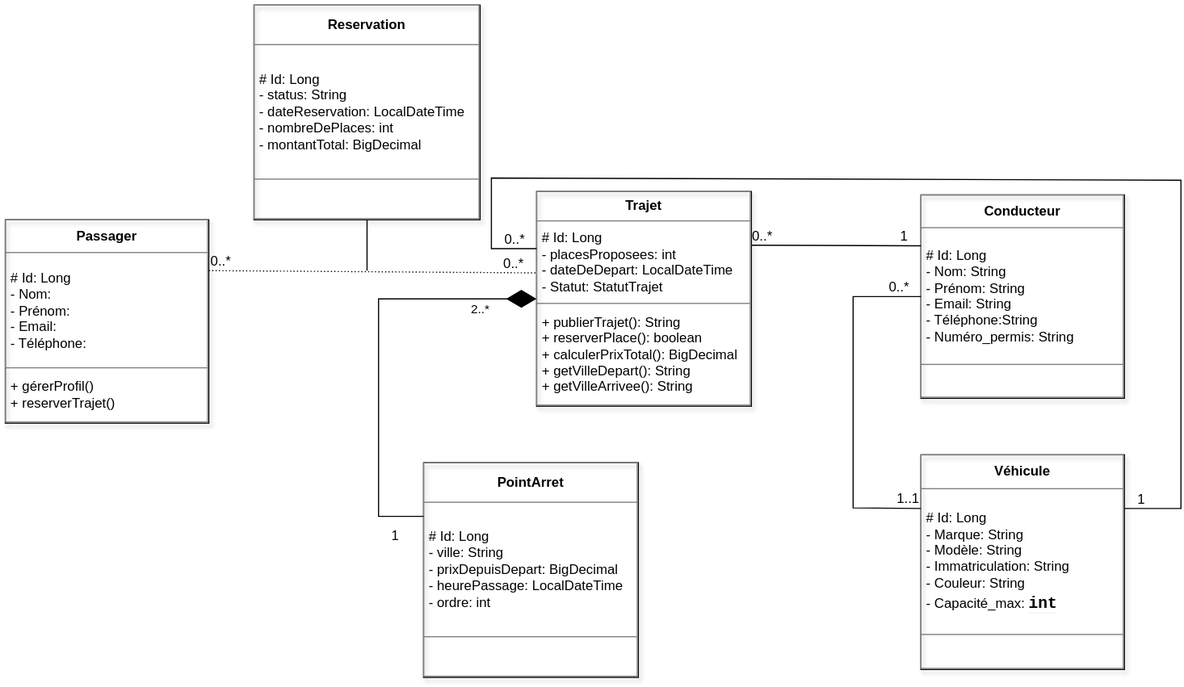
Before: diagramme-classes.drawio.svg, a diagram exported from draw.io (OUTERGA-MOUSTAFA/Taxi). Source tidied: cells renumbered, new cells last; positions are measured from the earlier drawing's top-left corner, leaving out a move shared by most shapes.
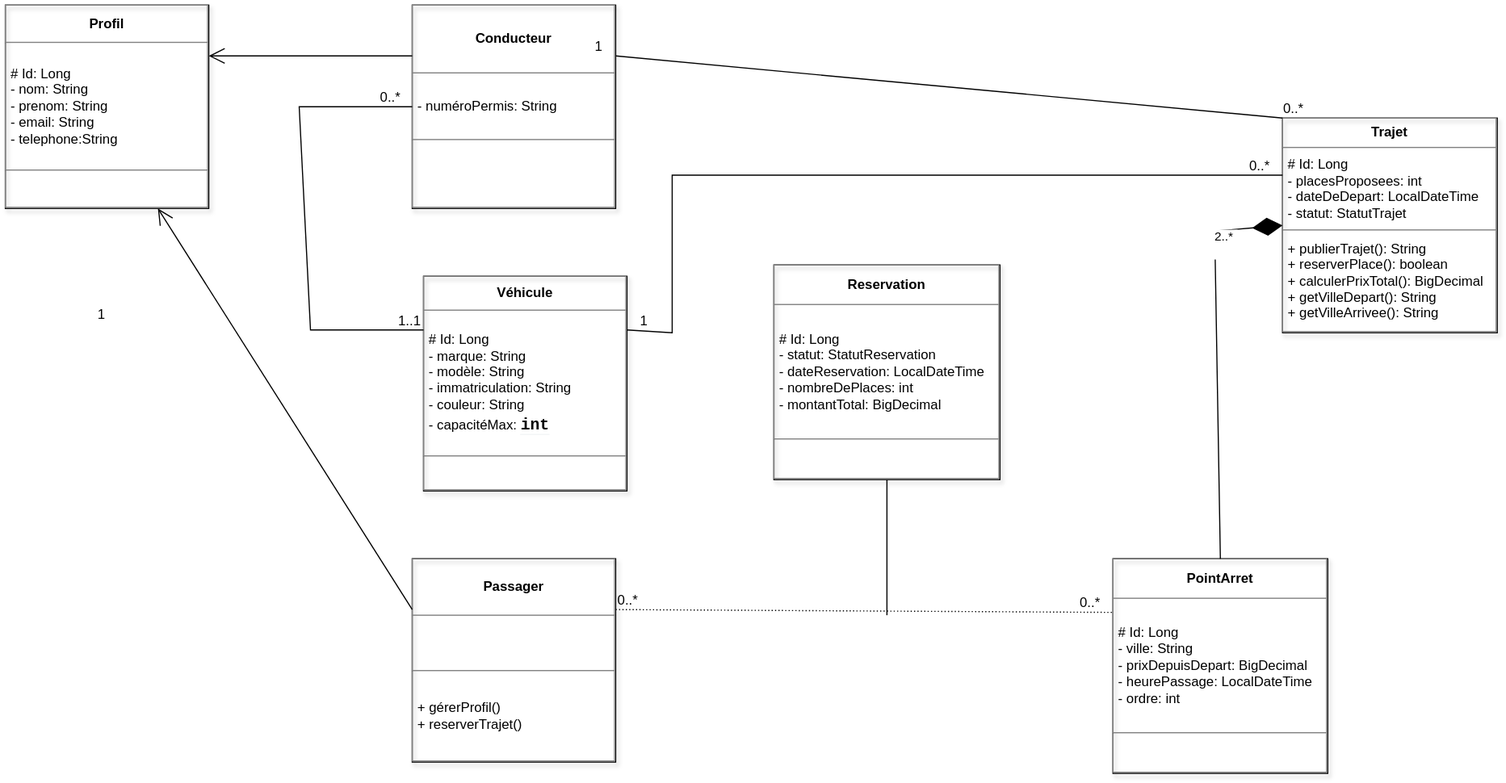
The same file after the commit.

Commit message:
TAXI-34 Entité Conducteur

What changed in the source:
```diff
@@ -2,29 +2,29 @@
   <root>
     <mxCell id="0" />
     <mxCell id="1" parent="0" />
-    <mxCell id="2" value="&lt;table border=&quot;1&quot; width=&quot;100%&quot; height=&quot;100%&quot; cellpadding=&quot;4&quot; style=&quot;width:100%;height:100%;border-collapse:collapse;&quot;&gt;&lt;tbody&gt;&lt;tr&gt;&lt;th align=&quot;center&quot;&gt;Conducteur&lt;/th&gt;&lt;/tr&gt;&lt;tr&gt;&lt;td&gt;# Id: Long&lt;br&gt;- Nom: String&lt;br&gt;- Prénom: String&lt;br&gt;- Email: String&lt;br&gt;- Téléphone:String&lt;br&gt;- Numéro_permis: String&lt;/td&gt;&lt;/tr&gt;&lt;tr&gt;&lt;td&gt;&lt;br&gt;&lt;/td&gt;&lt;/tr&gt;&lt;/tbody&gt;&lt;/table&gt;" style="text;html=1;whiteSpace=wrap;strokeColor=#010101;fillColor=none;overflow=fill;shadow=1;" parent="1" vertex="1">
-      <mxGeometry x="810" y="168" width="180" height="180" as="geometry" />
+    <mxCell id="2" value="&lt;table border=&quot;1&quot; width=&quot;100%&quot; height=&quot;100%&quot; cellpadding=&quot;4&quot; style=&quot;width:100%;height:100%;border-collapse:collapse;&quot;&gt;&lt;tbody&gt;&lt;tr&gt;&lt;th align=&quot;center&quot;&gt;Conducteur&lt;/th&gt;&lt;/tr&gt;&lt;tr&gt;&lt;td&gt;- numéroPermis: String&lt;/td&gt;&lt;/tr&gt;&lt;tr&gt;&lt;td&gt;&lt;br&gt;&lt;/td&gt;&lt;/tr&gt;&lt;/tbody&gt;&lt;/table&gt;" style="text;html=1;whiteSpace=wrap;strokeColor=#010101;fillColor=none;overflow=fill;shadow=1;" parent="1" vertex="1">
+      <mxGeometry x="-300" y="65" width="180" height="180" as="geometry" />
     </mxCell>
-    <mxCell id="3" value="&lt;table border=&quot;1&quot; width=&quot;100%&quot; height=&quot;100%&quot; cellpadding=&quot;4&quot; style=&quot;width:100%;height:100%;border-collapse:collapse;&quot;&gt;&lt;tbody&gt;&lt;tr&gt;&lt;th align=&quot;center&quot;&gt;Véhicule&lt;/th&gt;&lt;/tr&gt;&lt;tr&gt;&lt;td&gt;# Id: Long&lt;br&gt;- Marque: String&lt;br&gt;- Modèle: String&lt;br&gt;- Immatriculation: String&lt;br&gt;- Couleur: String&lt;br&gt;- Capacité_max:&amp;nbsp;&lt;span class=&quot;rQesXe MPyX&quot; style=&quot;font-family: &amp;quot;Google Sans&amp;quot;, Arial, sans-serif, &amp;quot;Noto Color Emoji&amp;quot;; font-size: 16px; font-weight: 700; margin: 0px; border-bottom: 0px rgb(10, 10, 10);&quot;&gt;&lt;code dir=&quot;ltr&quot; class=&quot;KDcb0c&quot; style=&quot;font-size: 14px; margin: 0px; border-bottom: 0.8px solid rgb(243, 245, 246);&quot;&gt;int&lt;/code&gt;&lt;/span&gt;&lt;br&gt;&lt;/td&gt;&lt;/tr&gt;&lt;tr&gt;&lt;td&gt;&lt;br&gt;&lt;/td&gt;&lt;/tr&gt;&lt;/tbody&gt;&lt;/table&gt;" style="text;html=1;whiteSpace=wrap;strokeColor=#010101;fillColor=none;overflow=fill;shadow=1;" parent="1" vertex="1">
-      <mxGeometry x="810" y="398" width="180" height="190" as="geometry" />
+    <mxCell id="3" value="&lt;table border=&quot;1&quot; width=&quot;100%&quot; height=&quot;100%&quot; cellpadding=&quot;4&quot; style=&quot;width:100%;height:100%;border-collapse:collapse;&quot;&gt;&lt;tbody&gt;&lt;tr&gt;&lt;th align=&quot;center&quot;&gt;Véhicule&lt;/th&gt;&lt;/tr&gt;&lt;tr&gt;&lt;td&gt;# Id: Long&lt;br&gt;- marque: String&lt;br&gt;- modèle: String&lt;br&gt;- immatriculation: String&lt;br&gt;- couleur: String&lt;br&gt;- capacitéMax:&amp;nbsp;&lt;span class=&quot;rQesXe MPyX&quot; style=&quot;font-family: &amp;quot;Google Sans&amp;quot;, Arial, sans-serif, &amp;quot;Noto Color Emoji&amp;quot;; font-size: 16px; font-weight: 700; margin: 0px; border-bottom: 0px rgb(10, 10, 10);&quot;&gt;&lt;code dir=&quot;ltr&quot; class=&quot;KDcb0c&quot; style=&quot;font-size: 14px; margin: 0px; border-bottom: 0.8px solid rgb(243, 245, 246);&quot;&gt;int&lt;/code&gt;&lt;/span&gt;&lt;br&gt;&lt;/td&gt;&lt;/tr&gt;&lt;tr&gt;&lt;td&gt;&lt;br&gt;&lt;/td&gt;&lt;/tr&gt;&lt;/tbody&gt;&lt;/table&gt;" style="text;html=1;whiteSpace=wrap;strokeColor=#010101;fillColor=none;overflow=fill;shadow=1;" parent="1" vertex="1">
+      <mxGeometry x="-290" y="305" width="180" height="190" as="geometry" />
     </mxCell>
-    <mxCell id="4" value="&lt;table border=&quot;1&quot; width=&quot;100%&quot; height=&quot;100%&quot; cellpadding=&quot;4&quot; style=&quot;width:100%;height:100%;border-collapse:collapse;&quot;&gt;&lt;tbody&gt;&lt;tr&gt;&lt;th align=&quot;center&quot;&gt;Passager&lt;/th&gt;&lt;/tr&gt;&lt;tr&gt;&lt;td&gt;# Id: Long&lt;br&gt;- Nom:&lt;br&gt;- Prénom:&lt;br&gt;- Email:&lt;br&gt;- Téléphone:&lt;/td&gt;&lt;/tr&gt;&lt;tr&gt;&lt;td&gt;+ gérerProfil()&lt;br&gt;+&amp;nbsp;reserverTrajet()&lt;/td&gt;&lt;/tr&gt;&lt;/tbody&gt;&lt;/table&gt;" style="text;html=1;whiteSpace=wrap;strokeColor=#010101;fillColor=none;overflow=fill;shadow=1;" parent="1" vertex="1">
-      <mxGeometry y="190" width="180" height="180" as="geometry" />
+    <mxCell id="4" value="&lt;table border=&quot;1&quot; width=&quot;100%&quot; height=&quot;100%&quot; cellpadding=&quot;4&quot; style=&quot;width:100%;height:100%;border-collapse:collapse;&quot;&gt;&lt;tbody&gt;&lt;tr&gt;&lt;th align=&quot;center&quot;&gt;Passager&lt;/th&gt;&lt;/tr&gt;&lt;tr&gt;&lt;td&gt;&lt;br&gt;&lt;/td&gt;&lt;/tr&gt;&lt;tr&gt;&lt;td&gt;+ gérerProfil()&lt;br&gt;+&amp;nbsp;reserverTrajet()&lt;/td&gt;&lt;/tr&gt;&lt;/tbody&gt;&lt;/table&gt;" style="text;html=1;whiteSpace=wrap;strokeColor=#010101;fillColor=none;overflow=fill;shadow=1;" parent="1" vertex="1">
+      <mxGeometry x="-300" y="555" width="180" height="180" as="geometry" />
     </mxCell>
-    <mxCell id="5" value="&lt;table border=&quot;1&quot; width=&quot;100%&quot; height=&quot;100%&quot; cellpadding=&quot;4&quot; style=&quot;width:100%;height:100%;border-collapse:collapse;&quot;&gt;&lt;tbody&gt;&lt;tr&gt;&lt;th align=&quot;center&quot;&gt;Trajet&lt;/th&gt;&lt;/tr&gt;&lt;tr&gt;&lt;td&gt;# Id: Long&lt;br&gt;- placesProposees: int&lt;br&gt;-&amp;nbsp;dateDeDepart: LocalDateTime&lt;br&gt;- Statut:&amp;nbsp;StatutTrajet&lt;/td&gt;&lt;/tr&gt;&lt;tr&gt;&lt;td&gt;+ publierTrajet(): String&lt;br&gt;+ reserverPlace(): boolean&lt;br&gt;+ calculerPrixTotal(): BigDecimal&lt;br&gt;+&amp;nbsp;getVilleDepart(): String&lt;br&gt;+&amp;nbsp;getVilleArrivee(): String&lt;/td&gt;&lt;/tr&gt;&lt;/tbody&gt;&lt;/table&gt;" style="text;html=1;whiteSpace=wrap;strokeColor=#010101;fillColor=none;overflow=fill;shadow=1;" parent="1" vertex="1">
+    <mxCell id="5" value="&lt;table border=&quot;1&quot; width=&quot;100%&quot; height=&quot;100%&quot; cellpadding=&quot;4&quot; style=&quot;width:100%;height:100%;border-collapse:collapse;&quot;&gt;&lt;tbody&gt;&lt;tr&gt;&lt;th align=&quot;center&quot;&gt;Trajet&lt;/th&gt;&lt;/tr&gt;&lt;tr&gt;&lt;td&gt;# Id: Long&lt;br&gt;- placesProposees: int&lt;br&gt;-&amp;nbsp;dateDeDepart: LocalDateTime&lt;br&gt;- statut:&amp;nbsp;StatutTrajet&lt;/td&gt;&lt;/tr&gt;&lt;tr&gt;&lt;td&gt;+ publierTrajet(): String&lt;br&gt;+ reserverPlace(): boolean&lt;br&gt;+ calculerPrixTotal(): BigDecimal&lt;br&gt;+&amp;nbsp;getVilleDepart(): String&lt;br&gt;+&amp;nbsp;getVilleArrivee(): String&lt;/td&gt;&lt;/tr&gt;&lt;/tbody&gt;&lt;/table&gt;" style="text;html=1;whiteSpace=wrap;strokeColor=#010101;fillColor=none;overflow=fill;shadow=1;" parent="1" vertex="1">
       <mxGeometry x="470" y="165" width="190" height="190" as="geometry" />
     </mxCell>
     <mxCell id="6" value="&lt;table border=&quot;1&quot; width=&quot;100%&quot; height=&quot;100%&quot; cellpadding=&quot;4&quot; style=&quot;width:100%;height:100%;border-collapse:collapse;&quot;&gt;&lt;tbody&gt;&lt;tr&gt;&lt;th align=&quot;center&quot;&gt;PointArret&lt;/th&gt;&lt;/tr&gt;&lt;tr&gt;&lt;td&gt;# Id: Long&lt;br&gt;- ville: String&lt;br&gt;- prixDepuisDepart:&amp;nbsp;BigDecimal&lt;br&gt;- heurePassage:&amp;nbsp;LocalDateTime&lt;br&gt;-&amp;nbsp;ordre: int&lt;/td&gt;&lt;/tr&gt;&lt;tr&gt;&lt;td&gt;&lt;br&gt;&lt;/td&gt;&lt;/tr&gt;&lt;/tbody&gt;&lt;/table&gt;" style="text;html=1;whiteSpace=wrap;strokeColor=#010101;fillColor=none;overflow=fill;shadow=1;" parent="1" vertex="1">
-      <mxGeometry x="370" y="405" width="190" height="190" as="geometry" />
+      <mxGeometry x="320" y="555" width="190" height="190" as="geometry" />
     </mxCell>
-    <mxCell id="7" value="&lt;table border=&quot;1&quot; width=&quot;100%&quot; height=&quot;100%&quot; cellpadding=&quot;4&quot; style=&quot;width:100%;height:100%;border-collapse:collapse;&quot;&gt;&lt;tbody&gt;&lt;tr&gt;&lt;th align=&quot;center&quot;&gt;Reservation&lt;/th&gt;&lt;/tr&gt;&lt;tr&gt;&lt;td&gt;# Id: Long&lt;br&gt;- status: String&lt;br&gt;- dateReservation: LocalDateTime&lt;br&gt;-&amp;nbsp;nombreDePlaces: int&lt;br&gt;-&amp;nbsp;montantTotal: BigDecimal&lt;/td&gt;&lt;/tr&gt;&lt;tr&gt;&lt;td&gt;&lt;br&gt;&lt;/td&gt;&lt;/tr&gt;&lt;/tbody&gt;&lt;/table&gt;" style="text;html=1;whiteSpace=wrap;strokeColor=#010101;fillColor=none;overflow=fill;shadow=1;" parent="1" vertex="1">
-      <mxGeometry x="220" width="200" height="190" as="geometry" />
+    <mxCell id="7" value="&lt;table border=&quot;1&quot; width=&quot;100%&quot; height=&quot;100%&quot; cellpadding=&quot;4&quot; style=&quot;width:100%;height:100%;border-collapse:collapse;&quot;&gt;&lt;tbody&gt;&lt;tr&gt;&lt;th align=&quot;center&quot;&gt;Reservation&lt;/th&gt;&lt;/tr&gt;&lt;tr&gt;&lt;td&gt;# Id: Long&lt;br&gt;- statut: StatutReservation&lt;br&gt;- dateReservation: LocalDateTime&lt;br&gt;-&amp;nbsp;nombreDePlaces: int&lt;br&gt;-&amp;nbsp;montantTotal: BigDecimal&lt;/td&gt;&lt;/tr&gt;&lt;tr&gt;&lt;td&gt;&lt;br&gt;&lt;/td&gt;&lt;/tr&gt;&lt;/tbody&gt;&lt;/table&gt;" style="text;html=1;whiteSpace=wrap;strokeColor=#010101;fillColor=none;overflow=fill;shadow=1;" parent="1" vertex="1">
+      <mxGeometry x="20" y="295" width="200" height="190" as="geometry" />
     </mxCell>
     <mxCell id="8" style="endArrow=none;html=1;rounded=0;defaultLabelBackgroundColor=page;labelPadding=0 4;exitX=0;exitY=0.5;exitDx=0;exitDy=0;entryX=0;entryY=0.25;entryDx=0;entryDy=0;" parent="1" edge="1" source="2" target="3">
       <mxGeometry x="-0.01" relative="1" as="geometry">
         <Array as="points">
-          <mxPoint x="750" y="258" />
-          <mxPoint x="750" y="445" />
+          <mxPoint x="-400" y="155" />
+          <mxPoint x="-390" y="352.5" />
         </Array>
       </mxGeometry>
     </mxCell>
@@ -36,7 +36,7 @@
     <mxCell id="10" value="1..1" style="html=1;whiteSpace=wrap;align=right;verticalAlign=bottom;" parent="8" vertex="1">
       <mxGeometry x="1" relative="1" as="geometry" />
     </mxCell>
-    <mxCell id="11" style="endArrow=none;html=1;rounded=0;defaultLabelBackgroundColor=page;labelPadding=0 4;exitX=0;exitY=0.25;exitDx=0;exitDy=0;entryX=1;entryY=0.25;entryDx=0;entryDy=0;" parent="1" edge="1" source="2" target="5">
+    <mxCell id="11" style="endArrow=none;html=1;rounded=0;defaultLabelBackgroundColor=page;labelPadding=0 4;exitX=1;exitY=0.25;exitDx=0;exitDy=0;entryX=0;entryY=0;entryDx=0;entryDy=0;" parent="1" edge="1" source="2" target="5">
       <mxGeometry relative="1" as="geometry" />
     </mxCell>
     <mxCell id="12" value="1" style="html=1;whiteSpace=wrap;align=left;verticalAlign=bottom;" parent="11" vertex="1">
@@ -51,17 +51,16 @@
     </mxCell>
     <mxCell id="14" value="1" style="html=1;whiteSpace=wrap;align=left;verticalAlign=bottom;" parent="11" vertex="1">
       <mxGeometry x="-1" relative="1" as="geometry">
-        <mxPoint x="-470" y="265" as="offset" />
+        <mxPoint x="-460" y="237" as="offset" />
       </mxGeometry>
     </mxCell>
     <mxCell id="15" style="endArrow=none;html=1;rounded=0;defaultLabelBackgroundColor=page;labelPadding=0 4;exitX=1;exitY=0.25;exitDx=0;exitDy=0;entryX=0;entryY=0.25;entryDx=0;entryDy=0;" parent="1" edge="1" source="3">
       <mxGeometry x="0.18" relative="1" as="geometry">
         <mxPoint x="470" y="215.5" as="targetPoint" />
         <Array as="points">
-          <mxPoint x="1040" y="445.5" />
-          <mxPoint x="1040" y="155" />
-          <mxPoint x="430" y="153" />
-          <mxPoint x="430" y="215.5" />
+          <mxPoint x="-70" y="355" />
+          <mxPoint x="-70" y="215.5" />
+          <mxPoint x="60" y="215.5" />
         </Array>
       </mxGeometry>
     </mxCell>
@@ -75,7 +74,7 @@
         <mxPoint x="-9" as="offset" />
       </mxGeometry>
     </mxCell>
-    <mxCell id="18" style="endArrow=none;html=1;rounded=0;dashed=1;dashPattern=1 2;defaultLabelBackgroundColor=page;labelPadding=0 4;exitX=1;exitY=0.25;exitDx=0;exitDy=0;entryX=-0.001;entryY=0.379;entryDx=0;entryDy=0;entryPerimeter=0;" parent="1" edge="1" source="4" target="5">
+    <mxCell id="18" style="endArrow=none;html=1;rounded=0;dashed=1;dashPattern=1 2;defaultLabelBackgroundColor=page;labelPadding=0 4;exitX=1;exitY=0.25;exitDx=0;exitDy=0;entryX=0;entryY=0.25;entryDx=0;entryDy=0;" parent="1" edge="1" source="4" target="6">
       <mxGeometry relative="1" as="geometry" />
     </mxCell>
     <mxCell id="19" value="0..*" style="html=1;whiteSpace=wrap;align=left;verticalAlign=bottom;" parent="18" vertex="1">
@@ -86,23 +85,31 @@
         <mxPoint x="-10" as="offset" />
       </mxGeometry>
     </mxCell>
-    <mxCell id="21" style="endArrow=diamondThin;endFill=1;endSize=24;html=1;rounded=0;defaultLabelBackgroundColor=page;labelPadding=0 4;exitX=0;exitY=0.25;exitDx=0;exitDy=0;entryX=0;entryY=0.5;entryDx=0;entryDy=0;" parent="1" edge="1" source="6" target="5">
-      <mxGeometry x="-0.1" relative="1" as="geometry">
+    <mxCell id="21" style="endArrow=diamondThin;endFill=1;endSize=24;html=1;rounded=0;defaultLabelBackgroundColor=page;labelPadding=0 4;exitX=0.5;exitY=0;exitDx=0;exitDy=0;entryX=0;entryY=0.5;entryDx=0;entryDy=0;" parent="1" edge="1" source="6" target="5">
+      <mxGeometry x="0.06" relative="1" as="geometry">
         <Array as="points">
-          <mxPoint x="330.2" y="452.5" />
-          <mxPoint x="330.2" y="260" />
+          <mxPoint x="410" y="265" />
         </Array>
       </mxGeometry>
     </mxCell>
     <mxCell id="22" value="2..*&lt;div&gt;&lt;br&gt;&lt;/div&gt;" style="edgeLabel;html=1;align=center;verticalAlign=middle;inheritText=1;defaultLabelBackgroundColor=page;labelPadding=0 4;" parent="21" vertex="1">
-      <mxGeometry x="0.9" y="1" relative="1" as="geometry">
+      <mxGeometry x="0.89" y="1" relative="1" as="geometry">
         <mxPoint x="-32" y="16" as="offset" />
       </mxGeometry>
     </mxCell>
     <mxCell id="23" style="endArrow=none;html=1;rounded=0;defaultLabelBackgroundColor=page;labelPadding=0 4;exitX=0.5;exitY=1;exitDx=0;exitDy=0;" parent="1" edge="1" source="7">
       <mxGeometry relative="1" as="geometry">
-        <mxPoint x="320" y="235" as="targetPoint" />
+        <mxPoint x="120" y="605" as="targetPoint" />
       </mxGeometry>
     </mxCell>
+    <mxCell id="24" value="&lt;table border=&quot;1&quot; width=&quot;100%&quot; height=&quot;100%&quot; cellpadding=&quot;4&quot; style=&quot;width:100%;height:100%;border-collapse:collapse;&quot;&gt;&lt;tbody&gt;&lt;tr&gt;&lt;th align=&quot;center&quot;&gt;Profil&lt;/th&gt;&lt;/tr&gt;&lt;tr&gt;&lt;td&gt;# Id: Long&lt;br&gt;- nom: String&lt;br&gt;- prenom: String&lt;br&gt;- email: String&lt;br&gt;- telephone:String&lt;/td&gt;&lt;/tr&gt;&lt;tr&gt;&lt;td&gt;&lt;br&gt;&lt;/td&gt;&lt;/tr&gt;&lt;/tbody&gt;&lt;/table&gt;" style="text;html=1;whiteSpace=wrap;strokeColor=#010101;fillColor=none;overflow=fill;shadow=1;" parent="1" vertex="1">
+      <mxGeometry x="-660" y="65" width="180" height="180" as="geometry" />
+    </mxCell>
+    <mxCell id="25" style="endArrow=open;endFill=1;endSize=12;html=1;rounded=0;defaultLabelBackgroundColor=page;labelPadding=0 4;exitX=0;exitY=0.25;exitDx=0;exitDy=0;entryX=0.75;entryY=1;entryDx=0;entryDy=0;" parent="1" edge="1" source="4" target="24">
+      <mxGeometry relative="1" as="geometry" />
+    </mxCell>
+    <mxCell id="26" style="endArrow=open;endFill=1;endSize=12;html=1;rounded=0;defaultLabelBackgroundColor=page;labelPadding=0 4;exitX=0;exitY=0.25;exitDx=0;exitDy=0;entryX=1;entryY=0.25;entryDx=0;entryDy=0;" parent="1" edge="1" source="2" target="24">
+      <mxGeometry relative="1" as="geometry" />
+    </mxCell>
   </root>
 </mxGraphModel>
```
